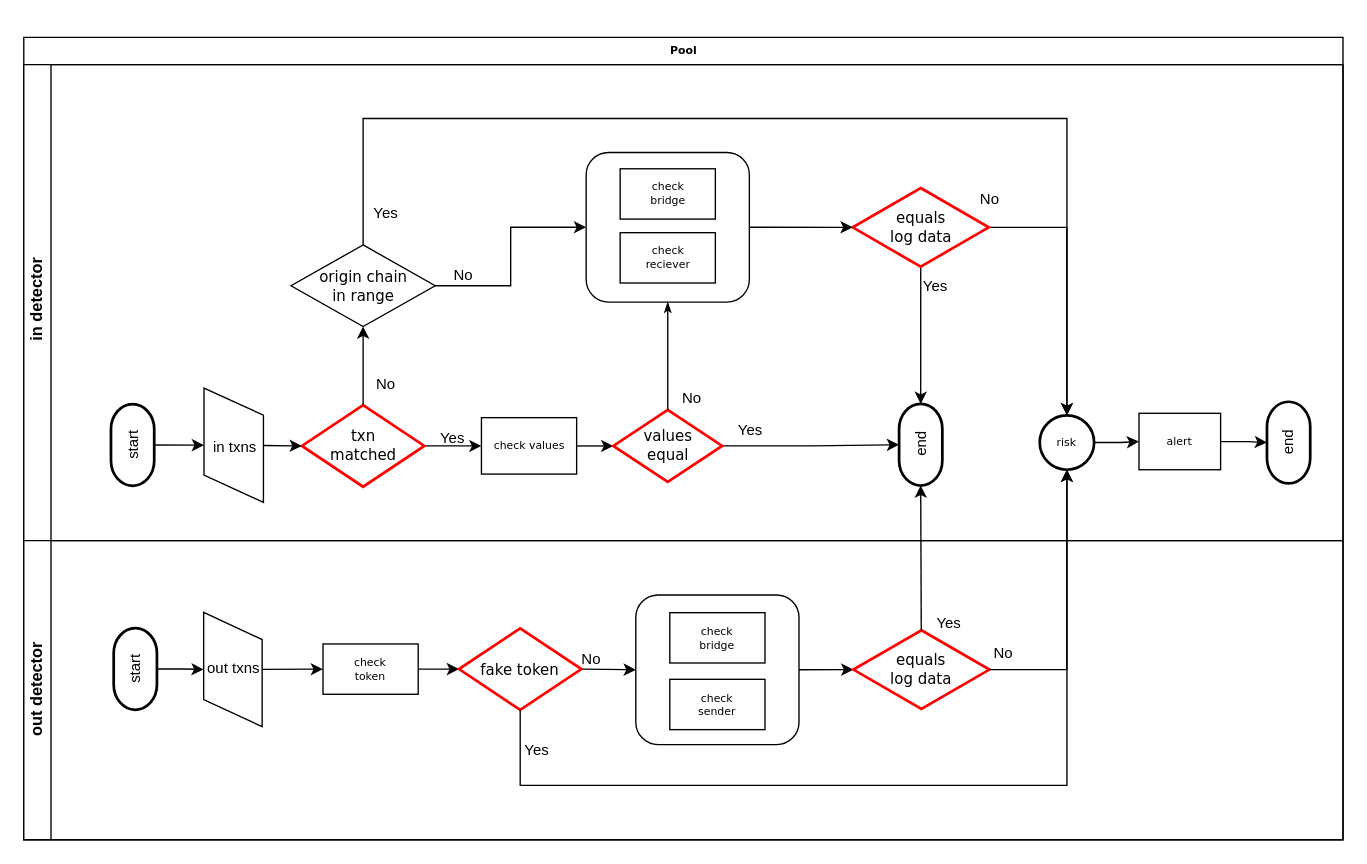
Earlier version of the draw.io diagram page "异常检测逻辑图" (1 of 2) of 未命名绘图.drawio (newTechToX/cross_chain). Source tidied: cells renumbered, new cells numbered last; positions are measured from the earlier drawing's top-left corner, leaving out a move shared by most shapes. Both pictures are drawn from the tidied source at 136%, with x=0, y=0 at pixel (23, 37).
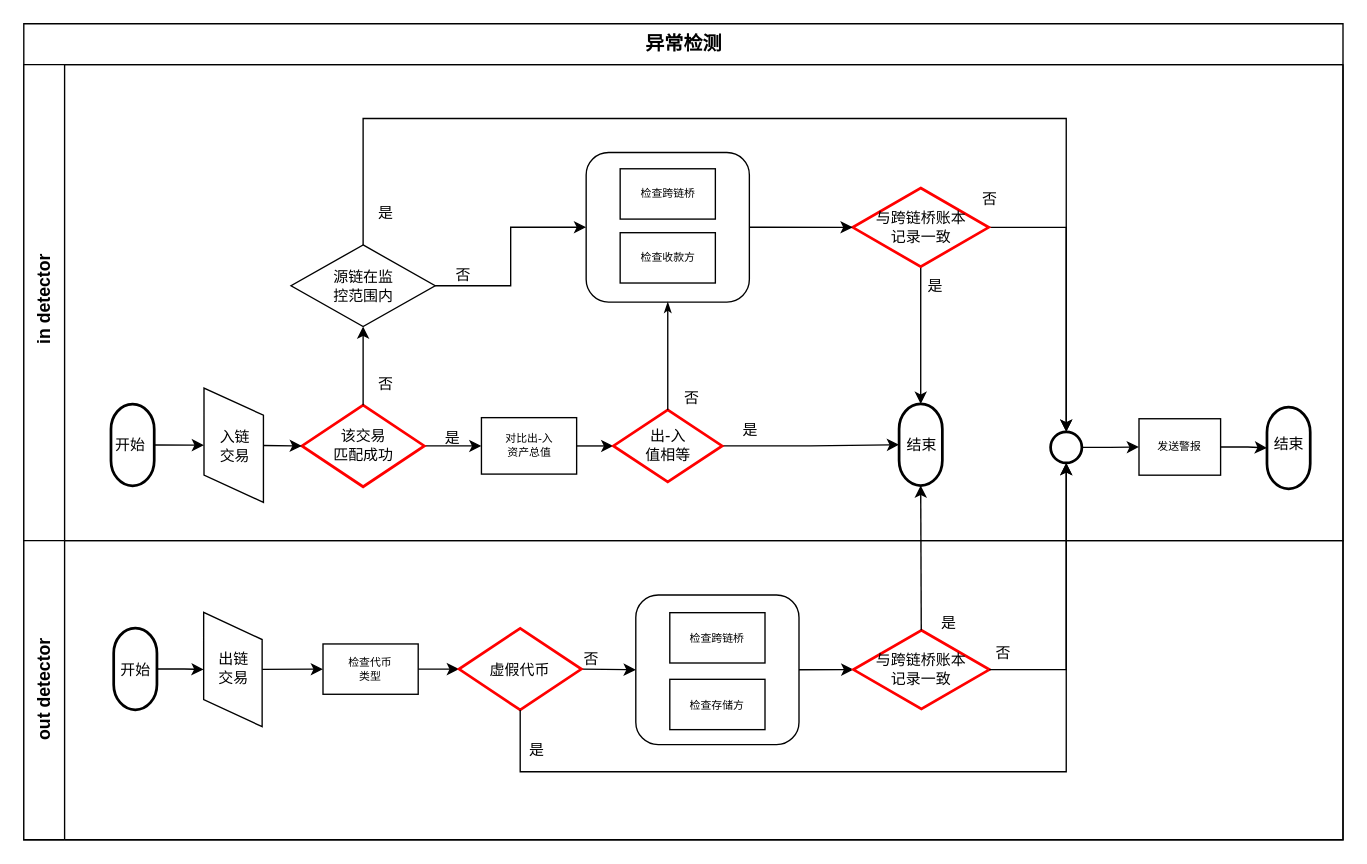
The same page after the edit.

What changed in the source:
```diff
@@
-    <mxCell id="2" value="Pool" style="swimlane;html=1;horizontal=1;startSize=20;rounded=0;shadow=0;labelBackgroundColor=none;strokeWidth=1;fontFamily=Verdana;fontSize=8;align=center;" parent="1" vertex="1">
-      <mxGeometry width="970" height="590" as="geometry" />
+    <mxCell id="2" value="&lt;font style=&quot;font-size: 14px;&quot;&gt;异常检测&lt;/font&gt;" style="swimlane;html=1;horizontal=1;startSize=30;rounded=0;shadow=0;labelBackgroundColor=none;strokeWidth=1;fontFamily=Verdana;fontSize=8;align=center;" parent="1" vertex="1">
+      <mxGeometry y="-10" width="970" height="600" as="geometry" />
     </mxCell>
-    <mxCell id="3" value="&amp;nbsp;in detector" style="swimlane;html=1;startSize=20;horizontal=0;" parent="2" vertex="1">
-      <mxGeometry y="20" width="970" height="350" as="geometry" />
+    <mxCell id="3" value="&lt;font style=&quot;font-size: 13px;&quot;&gt;&amp;nbsp;in detector&lt;/font&gt;" style="swimlane;html=1;startSize=30;horizontal=0;" parent="2" vertex="1">
+      <mxGeometry y="30" width="970" height="350" as="geometry" />
     </mxCell>
@@
-    <mxCell id="5" value="&lt;font style=&quot;font-size: 11px;&quot;&gt;txn&lt;br&gt;matched&lt;/font&gt;" style="strokeWidth=2;html=1;shape=mxgraph.flowchart.decision;whiteSpace=wrap;rounded=1;shadow=0;labelBackgroundColor=none;fontFamily=Verdana;fontSize=8;align=center;strokeColor=#FF0000;" parent="3" vertex="1">
+    <mxCell id="5" value="&lt;span style=&quot;font-size: 11px;&quot;&gt;该交易&lt;br&gt;匹配成功&lt;/span&gt;" style="strokeWidth=2;html=1;shape=mxgraph.flowchart.decision;whiteSpace=wrap;rounded=1;shadow=0;labelBackgroundColor=none;fontFamily=Verdana;fontSize=8;align=center;strokeColor=#FF0000;" parent="3" vertex="1">
       <mxGeometry x="204.5" y="250.4" width="90" height="60" as="geometry" />
     </mxCell>
@@
-    <mxCell id="7" value="check values" style="whiteSpace=wrap;html=1;fontSize=8;fontFamily=Verdana;strokeWidth=1;rounded=1;shadow=0;labelBackgroundColor=none;arcSize=0;" parent="3" vertex="1">
+    <mxCell id="7" value="对比出-入&lt;br&gt;资产总值" style="whiteSpace=wrap;html=1;fontSize=8;fontFamily=Verdana;strokeWidth=1;rounded=1;shadow=0;labelBackgroundColor=none;arcSize=0;" parent="3" vertex="1">
       <mxGeometry x="336.5" y="259.6" width="70" height="41.5" as="geometry" />
     </mxCell>
@@
-    <mxCell id="9" value="&lt;span style=&quot;font-size: 11px;&quot;&gt;values&lt;br&gt;equal&lt;br&gt;&lt;/span&gt;" style="strokeWidth=2;html=1;shape=mxgraph.flowchart.decision;whiteSpace=wrap;rounded=1;shadow=0;labelBackgroundColor=none;fontFamily=Verdana;fontSize=8;align=center;strokeColor=#FF0000;" parent="3" vertex="1">
+    <mxCell id="9" value="&lt;span style=&quot;font-size: 11px;&quot;&gt;出-入&lt;br&gt;值相等&lt;br&gt;&lt;/span&gt;" style="strokeWidth=2;html=1;shape=mxgraph.flowchart.decision;whiteSpace=wrap;rounded=1;shadow=0;labelBackgroundColor=none;fontFamily=Verdana;fontSize=8;align=center;strokeColor=#FF0000;" parent="3" vertex="1">
       <mxGeometry x="433.5" y="253.9" width="80" height="53" as="geometry" />
     </mxCell>
-    <mxCell id="10" value="Yes" style="text;html=1;align=center;verticalAlign=middle;strokeColor=none;fillColor=none;fontSize=11;" parent="3" vertex="1">
+    <mxCell id="10" value="是" style="text;html=1;align=center;verticalAlign=middle;strokeColor=none;fillColor=none;fontSize=11;" parent="3" vertex="1">
       <mxGeometry x="513.5" y="253.9" width="40" height="30" as="geometry" />
     </mxCell>
-    <mxCell id="11" value="No" style="text;html=1;align=center;verticalAlign=middle;strokeColor=none;fillColor=none;fontSize=11;" parent="3" vertex="1">
+    <mxCell id="11" value="否" style="text;html=1;align=center;verticalAlign=middle;strokeColor=none;fillColor=none;fontSize=11;" parent="3" vertex="1">
       <mxGeometry x="470.5" y="229.6" width="40" height="30" as="geometry" />
     </mxCell>
-    <mxCell id="12" value="Yes" style="text;html=1;align=center;verticalAlign=middle;strokeColor=none;fillColor=none;fontSize=11;" parent="3" vertex="1">
+    <mxCell id="12" value="是" style="text;html=1;align=center;verticalAlign=middle;strokeColor=none;fillColor=none;fontSize=11;" parent="3" vertex="1">
       <mxGeometry x="294.5" y="259.6" width="40" height="30" as="geometry" />
     </mxCell>
@@
-    <mxCell id="16" value="start" style="strokeWidth=2;html=1;shape=mxgraph.flowchart.terminator;whiteSpace=wrap;fontSize=11;rotation=-90;" parent="3" vertex="1">
+    <mxCell id="16" style="strokeWidth=2;html=1;shape=mxgraph.flowchart.terminator;whiteSpace=wrap;fontSize=11;rotation=-90;" parent="3" vertex="1">
       <mxGeometry x="50" y="263.8" width="60" height="31.8" as="geometry" />
     </mxCell>
-    <mxCell id="17" value="in txns" style="text;html=1;align=center;verticalAlign=middle;strokeColor=none;fillColor=none;fontSize=11;" parent="3" vertex="1">
-      <mxGeometry x="125" y="265.9" width="60" height="30" as="geometry" />
+    <mxCell id="17" value="入链&lt;br&gt;交易" style="text;html=1;align=center;verticalAlign=middle;strokeColor=none;fillColor=none;fontSize=11;" parent="3" vertex="1">
+      <mxGeometry x="130" y="260.9" width="50" height="40" as="geometry" />
     </mxCell>
@@
-    <mxCell id="19" value="check&lt;br&gt;bridge" style="rounded=1;whiteSpace=wrap;html=1;shadow=0;labelBackgroundColor=none;strokeWidth=1;fontFamily=Verdana;fontSize=8;align=center;arcSize=0;" parent="3" vertex="1">
+    <mxCell id="19" value="检查跨链桥" style="rounded=1;whiteSpace=wrap;html=1;shadow=0;labelBackgroundColor=none;strokeWidth=1;fontFamily=Verdana;fontSize=8;align=center;arcSize=0;" parent="3" vertex="1">
       <mxGeometry x="438.5" y="76.6" width="70" height="37" as="geometry" />
     </mxCell>
-    <mxCell id="20" value="check&lt;br&gt;reciever" style="rounded=1;whiteSpace=wrap;html=1;shadow=0;labelBackgroundColor=none;strokeWidth=1;fontFamily=Verdana;fontSize=8;align=center;arcSize=0;" parent="3" vertex="1">
+    <mxCell id="20" value="检查收款方" style="rounded=1;whiteSpace=wrap;html=1;shadow=0;labelBackgroundColor=none;strokeWidth=1;fontFamily=Verdana;fontSize=8;align=center;arcSize=0;" parent="3" vertex="1">
       <mxGeometry x="438.5" y="123.6" width="70" height="37" as="geometry" />
     </mxCell>
@@
-    <mxCell id="23" value="&lt;span style=&quot;font-size: 11px;&quot;&gt;equals &lt;br&gt;log data&lt;br&gt;&lt;/span&gt;" style="strokeWidth=2;html=1;shape=mxgraph.flowchart.decision;whiteSpace=wrap;rounded=1;shadow=0;labelBackgroundColor=none;fontFamily=Verdana;fontSize=8;align=center;strokeColor=#FF0000;" parent="3" vertex="1">
+    <mxCell id="23" value="&lt;span style=&quot;font-size: 11px;&quot;&gt;与跨链桥账本&lt;br&gt;记录一致&lt;br&gt;&lt;/span&gt;" style="strokeWidth=2;html=1;shape=mxgraph.flowchart.decision;whiteSpace=wrap;rounded=1;shadow=0;labelBackgroundColor=none;fontFamily=Verdana;fontSize=8;align=center;strokeColor=#FF0000;" parent="3" vertex="1">
       <mxGeometry x="609.5" y="90.7" width="100" height="57.9" as="geometry" />
     </mxCell>
@@
-    <mxCell id="25" value="Yes" style="text;html=1;align=center;verticalAlign=middle;strokeColor=none;fillColor=none;fontSize=11;" parent="3" vertex="1">
+    <mxCell id="25" value="是" style="text;html=1;align=center;verticalAlign=middle;strokeColor=none;fillColor=none;fontSize=11;" parent="3" vertex="1">
       <mxGeometry x="650" y="147.6" width="40" height="30" as="geometry" />
     </mxCell>
-    <mxCell id="26" value="No" style="text;html=1;align=center;verticalAlign=middle;strokeColor=none;fillColor=none;fontSize=11;" parent="3" vertex="1">
+    <mxCell id="26" value="否" style="text;html=1;align=center;verticalAlign=middle;strokeColor=none;fillColor=none;fontSize=11;" parent="3" vertex="1">
       <mxGeometry x="689.5" y="83.6" width="40" height="30" as="geometry" />
     </mxCell>
@@
-    <mxCell id="29" value="&lt;span style=&quot;font-size: 11px;&quot;&gt;origin chain&lt;br&gt;in range&lt;br&gt;&lt;/span&gt;" style="strokeWidth=1;html=1;shape=mxgraph.flowchart.decision;whiteSpace=wrap;rounded=1;shadow=0;labelBackgroundColor=none;fontFamily=Verdana;fontSize=8;align=center;" parent="3" vertex="1">
+    <mxCell id="29" value="&lt;span style=&quot;font-size: 11px;&quot;&gt;源链在监&lt;br&gt;控范围内&lt;br&gt;&lt;/span&gt;" style="strokeWidth=1;html=1;shape=mxgraph.flowchart.decision;whiteSpace=wrap;rounded=1;shadow=0;labelBackgroundColor=none;fontFamily=Verdana;fontSize=8;align=center;" parent="3" vertex="1">
       <mxGeometry x="196.5" y="132.6" width="106" height="60" as="geometry" />
     </mxCell>
-    <mxCell id="30" value="No" style="text;html=1;align=center;verticalAlign=middle;strokeColor=none;fillColor=none;fontSize=11;" parent="3" vertex="1">
+    <mxCell id="30" value="否" style="text;html=1;align=center;verticalAlign=middle;strokeColor=none;fillColor=none;fontSize=11;" parent="3" vertex="1">
       <mxGeometry x="302.5" y="139.6" width="40" height="30" as="geometry" />
     </mxCell>
-    <mxCell id="31" value="Yes" style="text;html=1;align=center;verticalAlign=middle;strokeColor=none;fillColor=none;fontSize=11;" parent="3" vertex="1">
+    <mxCell id="31" value="是" style="text;html=1;align=center;verticalAlign=middle;strokeColor=none;fillColor=none;fontSize=11;" parent="3" vertex="1">
       <mxGeometry x="245.5" y="93.6" width="40" height="30" as="geometry" />
     </mxCell>
@@
-    <mxCell id="34" value="No" style="text;html=1;align=center;verticalAlign=middle;strokeColor=none;fillColor=none;fontSize=11;" parent="3" vertex="1">
+    <mxCell id="34" value="否" style="text;html=1;align=center;verticalAlign=middle;strokeColor=none;fillColor=none;fontSize=11;" parent="3" vertex="1">
       <mxGeometry x="245.5" y="220.4" width="40" height="30" as="geometry" />
     </mxCell>
-    <mxCell id="35" value="end" style="strokeWidth=2;html=1;shape=mxgraph.flowchart.terminator;whiteSpace=wrap;fontSize=11;rotation=-90;" parent="3" vertex="1">
+    <mxCell id="35" style="strokeWidth=2;html=1;shape=mxgraph.flowchart.terminator;whiteSpace=wrap;fontSize=11;rotation=-90;" parent="3" vertex="1">
       <mxGeometry x="629.5" y="263.6" width="60" height="31.8" as="geometry" />
     </mxCell>
@@
-    <mxCell id="37" value="risk" style="ellipse;whiteSpace=wrap;html=1;rounded=0;shadow=0;labelBackgroundColor=none;strokeWidth=2;fontFamily=Verdana;fontSize=8;align=center;" parent="3" vertex="1">
-      <mxGeometry x="747" y="257.9" width="40" height="40" as="geometry" />
+    <mxCell id="37" style="ellipse;whiteSpace=wrap;html=1;rounded=0;shadow=0;labelBackgroundColor=none;strokeWidth=2;fontFamily=Verdana;fontSize=8;align=center;" parent="3" vertex="1">
+      <mxGeometry x="755" y="270" width="23" height="22.9" as="geometry" />
     </mxCell>
@@
-    <mxCell id="39" value="alert" style="whiteSpace=wrap;html=1;fontSize=8;fontFamily=Verdana;strokeWidth=1;rounded=1;shadow=0;labelBackgroundColor=none;arcSize=0;" parent="3" vertex="1">
-      <mxGeometry x="820" y="256.4" width="60" height="41.5" as="geometry" />
+    <mxCell id="39" value="发送警报" style="whiteSpace=wrap;html=1;fontSize=8;fontFamily=Verdana;strokeWidth=1;rounded=1;shadow=0;labelBackgroundColor=none;arcSize=0;" parent="3" vertex="1">
+      <mxGeometry x="820" y="260.4" width="60" height="41.5" as="geometry" />
     </mxCell>
-    <mxCell id="40" value="end" style="strokeWidth=2;html=1;shape=mxgraph.flowchart.terminator;whiteSpace=wrap;fontSize=11;rotation=-90;" parent="3" vertex="1">
-      <mxGeometry x="900" y="262" width="60" height="31.8" as="geometry" />
+    <mxCell id="40" style="strokeWidth=2;html=1;shape=mxgraph.flowchart.terminator;whiteSpace=wrap;fontSize=11;rotation=-90;" parent="3" vertex="1">
+      <mxGeometry x="900" y="266" width="60" height="31.8" as="geometry" />
     </mxCell>
+    <mxCell id="63" value="开始" style="text;html=1;align=center;verticalAlign=middle;strokeColor=none;fillColor=none;fontSize=11;" parent="3" vertex="1">
+      <mxGeometry x="53" y="265" width="50" height="30" as="geometry" />
+    </mxCell>
+    <mxCell id="64" value="结束" style="text;html=1;align=center;verticalAlign=middle;strokeColor=none;fillColor=none;fontSize=11;" parent="3" vertex="1">
+      <mxGeometry x="634.5" y="265" width="50" height="30" as="geometry" />
+    </mxCell>
+    <mxCell id="65" value="结束" style="text;html=1;align=center;verticalAlign=middle;strokeColor=none;fillColor=none;fontSize=11;" parent="3" vertex="1">
+      <mxGeometry x="905" y="263.8" width="50" height="30" as="geometry" />
+    </mxCell>
-    <mxCell id="41" value="out detector" style="swimlane;html=1;startSize=20;horizontal=0;" parent="2" vertex="1">
-      <mxGeometry y="370" width="970" height="220" as="geometry" />
+    <mxCell id="41" value="&lt;font style=&quot;font-size: 13px;&quot;&gt;out detector&lt;/font&gt;" style="swimlane;html=1;startSize=30;horizontal=0;" parent="2" vertex="1">
+      <mxGeometry y="380" width="970" height="220" as="geometry" />
     </mxCell>
@@
-    <mxCell id="44" value="check&lt;br&gt;bridge" style="rounded=1;whiteSpace=wrap;html=1;shadow=0;labelBackgroundColor=none;strokeWidth=1;fontFamily=Verdana;fontSize=8;align=center;arcSize=0;" parent="41" vertex="1">
+    <mxCell id="44" value="检查跨链桥" style="rounded=1;whiteSpace=wrap;html=1;shadow=0;labelBackgroundColor=none;strokeWidth=1;fontFamily=Verdana;fontSize=8;align=center;arcSize=0;" parent="41" vertex="1">
       <mxGeometry x="475" y="53" width="70" height="37" as="geometry" />
     </mxCell>
-    <mxCell id="45" value="check&lt;br&gt;sender" style="rounded=1;whiteSpace=wrap;html=1;shadow=0;labelBackgroundColor=none;strokeWidth=1;fontFamily=Verdana;fontSize=8;align=center;arcSize=0;" parent="41" vertex="1">
+    <mxCell id="45" value="检查存储方" style="rounded=1;whiteSpace=wrap;html=1;shadow=0;labelBackgroundColor=none;strokeWidth=1;fontFamily=Verdana;fontSize=8;align=center;arcSize=0;" parent="41" vertex="1">
       <mxGeometry x="475" y="102" width="70" height="37" as="geometry" />
     </mxCell>
@@
-    <mxCell id="47" value="check&lt;br&gt;token" style="rounded=1;whiteSpace=wrap;html=1;shadow=0;labelBackgroundColor=none;strokeWidth=1;fontFamily=Verdana;fontSize=8;align=center;arcSize=0;" parent="41" vertex="1">
+    <mxCell id="47" value="检查代币&lt;br&gt;类型" style="rounded=1;whiteSpace=wrap;html=1;shadow=0;labelBackgroundColor=none;strokeWidth=1;fontFamily=Verdana;fontSize=8;align=center;arcSize=0;" parent="41" vertex="1">
       <mxGeometry x="220" y="76" width="70" height="37" as="geometry" />
     </mxCell>
@@
-    <mxCell id="49" value="start" style="strokeWidth=2;html=1;shape=mxgraph.flowchart.terminator;whiteSpace=wrap;fontSize=11;rotation=-90;" parent="41" vertex="1">
+    <mxCell id="49" style="strokeWidth=2;html=1;shape=mxgraph.flowchart.terminator;whiteSpace=wrap;fontSize=11;rotation=-90;" parent="41" vertex="1">
       <mxGeometry x="52" y="78.5" width="60" height="31.8" as="geometry" />
     </mxCell>
@@
-    <mxCell id="52" value="out txns" style="text;html=1;align=center;verticalAlign=middle;strokeColor=none;fillColor=none;fontSize=11;" parent="41" vertex="1">
-      <mxGeometry x="118.7" y="78.5" width="70" height="30" as="geometry" />
+    <mxCell id="52" value="出链&lt;br&gt;交易" style="text;html=1;align=center;verticalAlign=middle;strokeColor=none;fillColor=none;fontSize=11;" parent="41" vertex="1">
+      <mxGeometry x="128.7" y="73.5" width="50" height="40" as="geometry" />
     </mxCell>
@@
-    <mxCell id="54" value="&lt;span style=&quot;font-size: 11px;&quot;&gt;fake token&lt;/span&gt;" style="strokeWidth=2;html=1;shape=mxgraph.flowchart.decision;whiteSpace=wrap;rounded=1;shadow=0;labelBackgroundColor=none;fontFamily=Verdana;fontSize=8;align=center;strokeColor=#FF0000;" parent="41" vertex="1">
+    <mxCell id="54" value="&lt;span style=&quot;font-size: 11px;&quot;&gt;虚假代币&lt;/span&gt;" style="strokeWidth=2;html=1;shape=mxgraph.flowchart.decision;whiteSpace=wrap;rounded=1;shadow=0;labelBackgroundColor=none;fontFamily=Verdana;fontSize=8;align=center;strokeColor=#FF0000;" parent="41" vertex="1">
       <mxGeometry x="320" y="64.5" width="90" height="60" as="geometry" />
     </mxCell>
-    <mxCell id="55" value="Yes" style="text;html=1;align=center;verticalAlign=middle;strokeColor=none;fillColor=none;fontSize=11;" parent="41" vertex="1">
+    <mxCell id="55" value="是" style="text;html=1;align=center;verticalAlign=middle;strokeColor=none;fillColor=none;fontSize=11;" parent="41" vertex="1">
       <mxGeometry x="357" y="139" width="40" height="30" as="geometry" />
     </mxCell>
-    <mxCell id="56" value="&lt;span style=&quot;font-size: 11px;&quot;&gt;equals &lt;br&gt;log data&lt;br&gt;&lt;/span&gt;" style="strokeWidth=2;html=1;shape=mxgraph.flowchart.decision;whiteSpace=wrap;rounded=1;shadow=0;labelBackgroundColor=none;fontFamily=Verdana;fontSize=8;align=center;strokeColor=#FF0000;" parent="41" vertex="1">
+    <mxCell id="56" value="&lt;span style=&quot;font-size: 11px;&quot;&gt;与跨链桥账本&lt;br&gt;记录一致&lt;br&gt;&lt;/span&gt;" style="strokeWidth=2;html=1;shape=mxgraph.flowchart.decision;whiteSpace=wrap;rounded=1;shadow=0;labelBackgroundColor=none;fontFamily=Verdana;fontSize=8;align=center;strokeColor=#FF0000;" parent="41" vertex="1">
       <mxGeometry x="610" y="65.9" width="100" height="57.9" as="geometry" />
     </mxCell>
-    <mxCell id="57" value="No" style="text;html=1;align=center;verticalAlign=middle;strokeColor=none;fillColor=none;fontSize=11;" parent="41" vertex="1">
+    <mxCell id="57" value="否" style="text;html=1;align=center;verticalAlign=middle;strokeColor=none;fillColor=none;fontSize=11;" parent="41" vertex="1">
       <mxGeometry x="397" y="72" width="40" height="30" as="geometry" />
     </mxCell>
-    <mxCell id="58" value="Yes" style="text;html=1;align=center;verticalAlign=middle;strokeColor=none;fillColor=none;fontSize=11;" parent="41" vertex="1">
+    <mxCell id="58" value="是" style="text;html=1;align=center;verticalAlign=middle;strokeColor=none;fillColor=none;fontSize=11;" parent="41" vertex="1">
       <mxGeometry x="660" y="46" width="40" height="30" as="geometry" />
     </mxCell>
+    <mxCell id="66" value="开始" style="text;html=1;align=center;verticalAlign=middle;strokeColor=none;fillColor=none;fontSize=11;" parent="41" vertex="1">
+      <mxGeometry x="57" y="80" width="50" height="30" as="geometry" />
+    </mxCell>
@@
-    <mxCell id="62" value="No" style="text;html=1;align=center;verticalAlign=middle;strokeColor=none;fillColor=none;fontSize=11;" parent="1" vertex="1">
+    <mxCell id="62" value="否" style="text;html=1;align=center;verticalAlign=middle;strokeColor=none;fillColor=none;fontSize=11;" parent="1" vertex="1">
       <mxGeometry x="700" y="438" width="40" height="30" as="geometry" />
     </mxCell>
```
